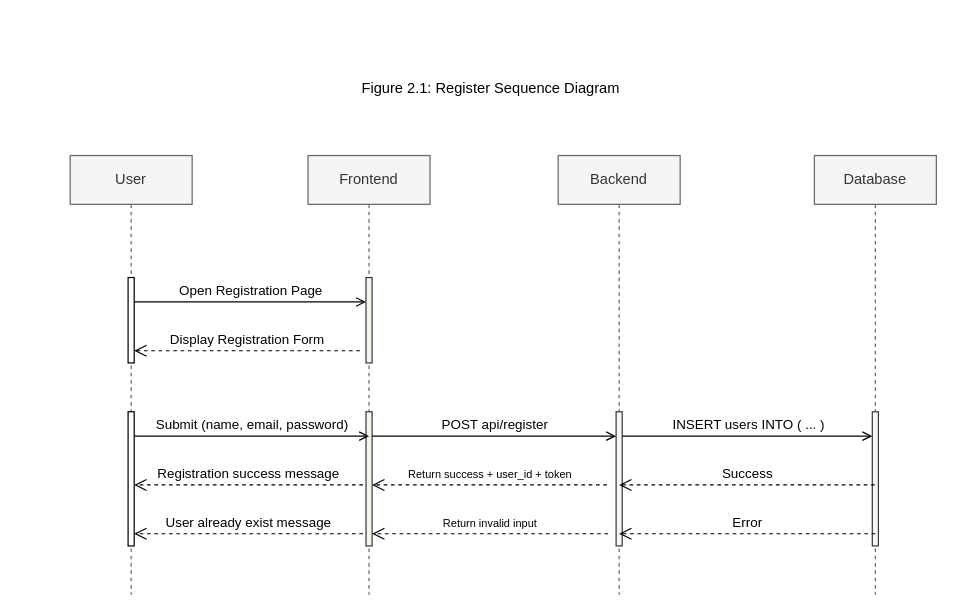
Earlier version of the draw.io diagram page "Figure2.1" (1 of 7) of diagrams/stream_sequence.drawio (christiangarcia0311/snsu-community-forum-app). Source tidied: cells renumbered, new cells numbered last; positions are measured from the earlier drawing's top-left corner, leaving out a move shared by most shapes. Both pictures are drawn from the tidied source at 122%, with x=0, y=0 at pixel (70, 70).
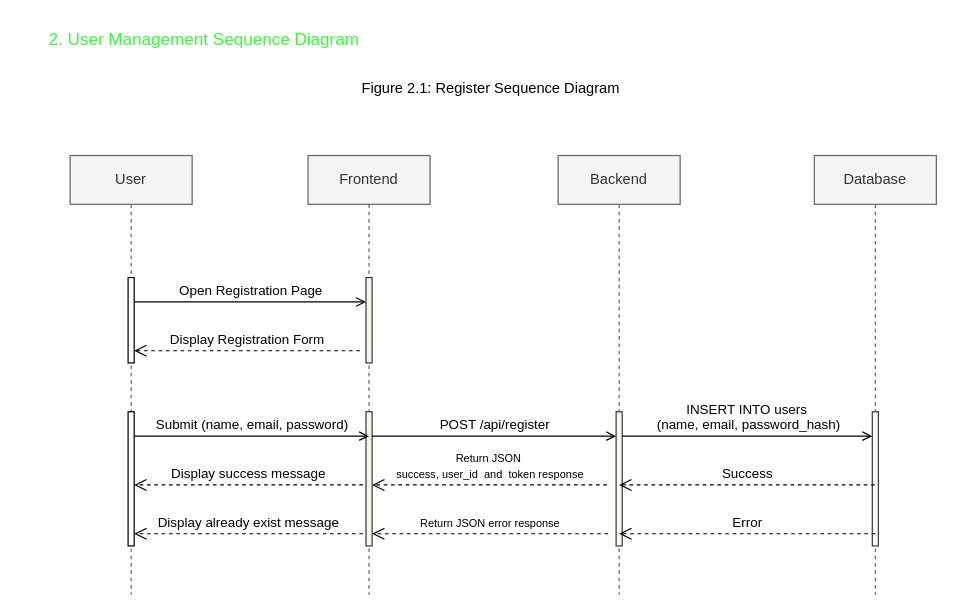
The same diagram, later.

Commit message (it also covers changes not shown here):
version 0.0.1: user management sequence diagram done & thread management working

The change refers to these unchanged cells:
```xml
<mxCell id="4" style="html=1;points=[[0,0,0,0,5],[0,1,0,0,-5],[1,0,0,0,5],[1,1,0,0,-5]];perimeter=orthogonalPerimeter;outlineConnect=0;targetShapes=umlLifeline;portConstraint=eastwest;newEdgeStyle={&quot;curved&quot;:0,&quot;rounded&quot;:0};" parent="2" vertex="1">
  <mxGeometry x="47.5" y="210" width="5" height="110" as="geometry" />
</mxCell>
<mxCell id="7" style="html=1;points=[[0,0,0,0,5],[0,1,0,0,-5],[1,0,0,0,5],[1,1,0,0,-5]];perimeter=orthogonalPerimeter;outlineConnect=0;targetShapes=umlLifeline;portConstraint=eastwest;newEdgeStyle={&quot;curved&quot;:0,&quot;rounded&quot;:0};strokeColor=#36393d;fillColor=#f9f7ed;" parent="5" vertex="1">
  <mxGeometry x="47.5" y="210" width="5" height="110" as="geometry" />
</mxCell>
<mxCell id="9" style="html=1;points=[[0,0,0,0,5],[0,1,0,0,-5],[1,0,0,0,5],[1,1,0,0,-5]];perimeter=orthogonalPerimeter;outlineConnect=0;targetShapes=umlLifeline;portConstraint=eastwest;newEdgeStyle={&quot;curved&quot;:0,&quot;rounded&quot;:0};strokeColor=#36393d;fillColor=#f9f7ed;" parent="8" vertex="1">
  <mxGeometry x="47.5" y="210" width="5" height="110" as="geometry" />
</mxCell>
<mxCell id="11" style="html=1;points=[[0,0,0,0,5],[0,1,0,0,-5],[1,0,0,0,5],[1,1,0,0,-5]];perimeter=orthogonalPerimeter;outlineConnect=0;targetShapes=umlLifeline;portConstraint=eastwest;newEdgeStyle={&quot;curved&quot;:0,&quot;rounded&quot;:0};strokeColor=#36393d;fillColor=#f9f7ed;" parent="10" vertex="1">
  <mxGeometry x="47.5" y="210" width="5" height="110" as="geometry" />
</mxCell>
```

The edit, as a diff of the source:
```diff
@@
-    <mxCell id="16" value="POST api/register" style="html=1;verticalAlign=bottom;labelBackgroundColor=none;endArrow=open;endFill=0;rounded=0;" parent="1" edge="1" source="7" target="9">
+    <mxCell id="16" value="POST /api/register" style="html=1;verticalAlign=bottom;labelBackgroundColor=none;endArrow=open;endFill=0;rounded=0;" parent="1" edge="1" source="7" target="9">
       <mxGeometry relative="1" as="geometry">
         <Array as="points">
           <mxPoint x="432.5" y="300" />
         </Array>
       </mxGeometry>
     </mxCell>
-    <mxCell id="17" value="INSERT users INTO ( ... )" style="html=1;verticalAlign=bottom;labelBackgroundColor=none;endArrow=open;endFill=0;rounded=0;" parent="1" edge="1" source="9" target="11">
+    <mxCell id="17" value="INSERT INTO users&amp;nbsp;&lt;div&gt;(name, email, password_hash)&lt;/div&gt;" style="html=1;verticalAlign=bottom;labelBackgroundColor=none;endArrow=open;endFill=0;rounded=0;" parent="1" edge="1" source="9" target="11">
       <mxGeometry relative="1" as="geometry">
         <Array as="points">
           <mxPoint x="634.5" y="300" />
         </Array>
       </mxGeometry>
     </mxCell>
@@
-    <mxCell id="19" value="&lt;font style=&quot;font-size: 9px;&quot;&gt;Return success + user_id + token&lt;/font&gt;" style="html=1;verticalAlign=bottom;endArrow=open;dashed=1;endSize=8;curved=0;rounded=0;" parent="1" edge="1" target="7">
+    <mxCell id="19" value="&lt;font style=&quot;font-size: 9px;&quot;&gt;Return JSON&amp;nbsp;&lt;/font&gt;&lt;div&gt;&lt;font style=&quot;font-size: 9px;&quot;&gt;success, user_id&amp;nbsp; and&amp;nbsp; token response&lt;/font&gt;&lt;/div&gt;" style="html=1;verticalAlign=bottom;endArrow=open;dashed=1;endSize=8;curved=0;rounded=0;" parent="1" edge="1" target="7">
       <mxGeometry relative="1" as="geometry">
         <mxPoint x="440" y="340" as="sourcePoint" />
       </mxGeometry>
     </mxCell>
-    <mxCell id="20" value="Registration success message" style="html=1;verticalAlign=bottom;endArrow=open;dashed=1;endSize=8;curved=0;rounded=0;" parent="1" edge="1" target="4">
+    <mxCell id="20" value="Display success message" style="html=1;verticalAlign=bottom;endArrow=open;dashed=1;endSize=8;curved=0;rounded=0;" parent="1" edge="1" target="4">
       <mxGeometry relative="1" as="geometry">
         <mxPoint x="240" y="340" as="sourcePoint" />
       </mxGeometry>
     </mxCell>
-    <mxCell id="21" value="User already exist message" style="html=1;verticalAlign=bottom;endArrow=open;dashed=1;endSize=8;curved=0;rounded=0;" parent="1" edge="1">
+    <mxCell id="21" value="Display already exist message" style="html=1;verticalAlign=bottom;endArrow=open;dashed=1;endSize=8;curved=0;rounded=0;" parent="1" edge="1">
       <mxGeometry relative="1" as="geometry">
         <mxPoint x="240" y="380" as="sourcePoint" />
         <mxPoint x="52.5" y="380" as="targetPoint" />
       </mxGeometry>
     </mxCell>
-    <mxCell id="22" value="&lt;font style=&quot;font-size: 9px;&quot;&gt;Return invalid input&lt;/font&gt;" style="html=1;verticalAlign=bottom;endArrow=open;dashed=1;endSize=8;curved=0;rounded=0;" parent="1" edge="1" target="7">
+    <mxCell id="22" value="&lt;font style=&quot;font-size: 9px;&quot;&gt;Return JSON error response&lt;/font&gt;" style="html=1;verticalAlign=bottom;endArrow=open;dashed=1;endSize=8;curved=0;rounded=0;" parent="1" edge="1" target="7">
       <mxGeometry relative="1" as="geometry">
         <mxPoint x="441" y="380" as="sourcePoint" />
       </mxGeometry>
     </mxCell>
@@
+    <mxCell id="24" value="&lt;font style=&quot;font-size: 14px; color: rgb(51, 255, 51);&quot;&gt;2. User Management Sequence Diagram&lt;/font&gt;" style="text;html=1;whiteSpace=wrap;strokeColor=none;fillColor=none;align=center;verticalAlign=middle;rounded=0;" parent="1" vertex="1">
+      <mxGeometry x="-40" y="-40" width="300" height="30" as="geometry" />
+    </mxCell>
```
